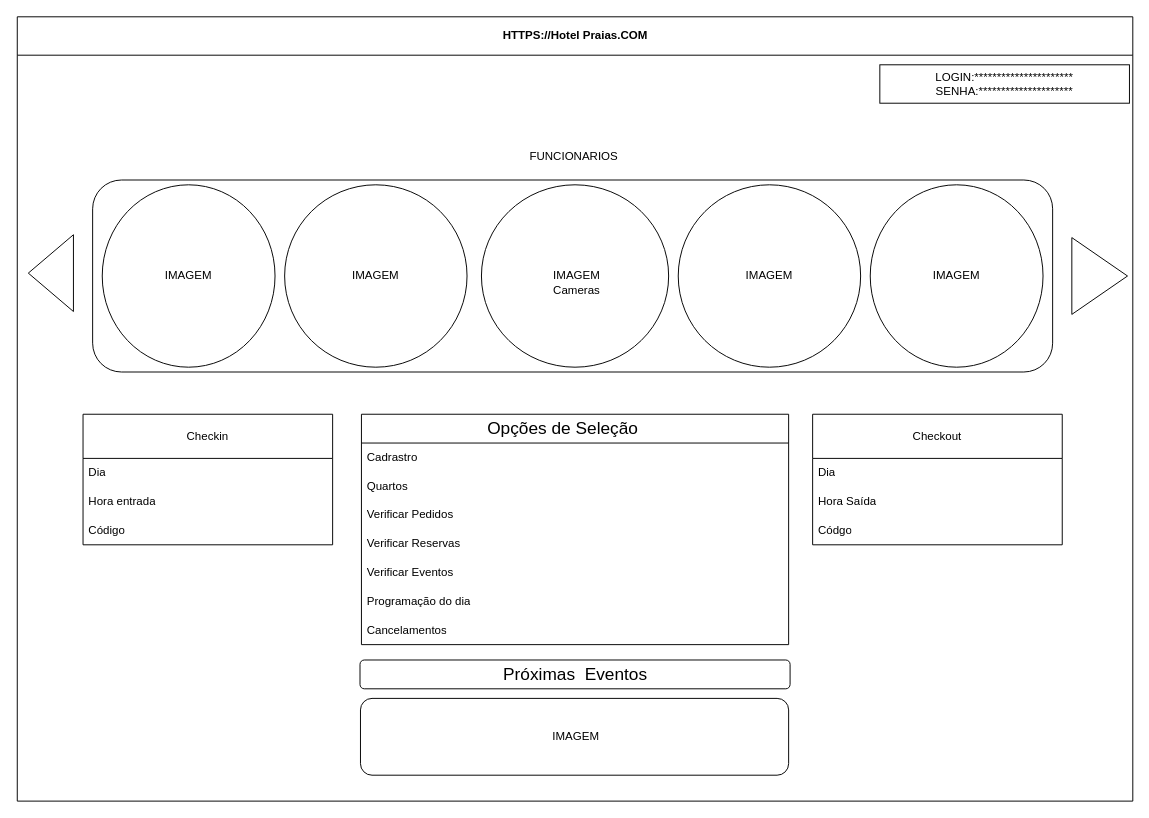
FabianoAM2025/TDS_DB keeps this draw.io diagram as page "ABA FUNCIONARIOS-Principal" (2 of 6) of Diagrama sem nome.drawio. Above is the earlier version. Source tidied: cells renumbered, new cells numbered last; positions are measured from the earlier drawing's top-left corner, leaving out a move shared by most shapes. Both pictures are drawn from the tidied source at 96%, with x=0, y=0 at pixel (17, 16).
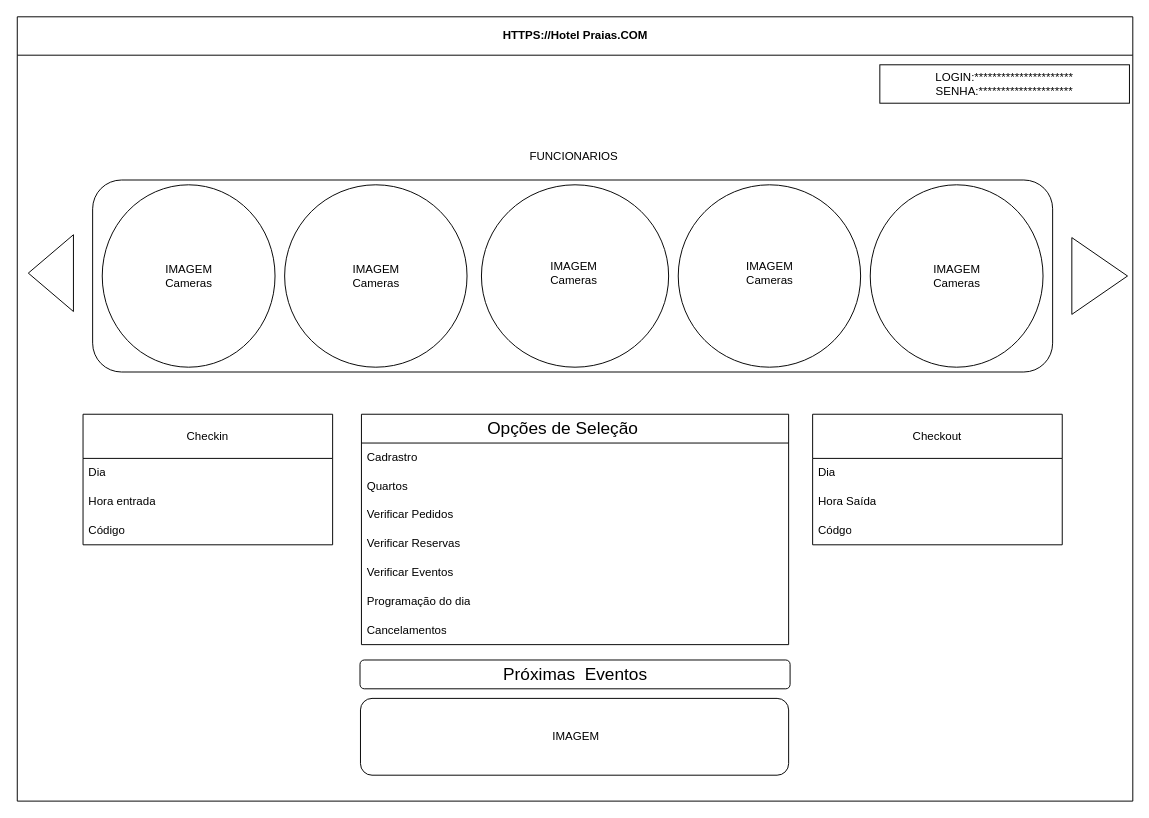
The same page after the edit.

Diff of the diagram source:
```diff
@@
-    <mxCell id="14" value="IMAGEM" style="text;html=1;align=center;verticalAlign=middle;whiteSpace=wrap;rounded=0;" parent="1" vertex="1">
-      <mxGeometry x="148" y="255" width="60" height="30" as="geometry" />
-    </mxCell>
-    <mxCell id="15" value="IMAGEM" style="text;html=1;align=center;verticalAlign=middle;whiteSpace=wrap;rounded=0;" parent="1" vertex="1">
-      <mxGeometry x="343" y="255" width="60" height="30" as="geometry" />
-    </mxCell>
     <mxCell id="16" value="&lt;div&gt;IMAGEM&lt;/div&gt;&lt;div&gt;Cameras&lt;/div&gt;" style="text;html=1;align=center;verticalAlign=middle;whiteSpace=wrap;rounded=0;" parent="1" vertex="1">
-      <mxGeometry x="512" y="211" width="141" height="132" as="geometry" />
+      <mxGeometry x="508.5" y="201" width="141" height="132" as="geometry" />
     </mxCell>
-    <mxCell id="17" value="IMAGEM" style="text;html=1;align=center;verticalAlign=middle;whiteSpace=wrap;rounded=0;" parent="1" vertex="1">
-      <mxGeometry x="753" y="255" width="60" height="30" as="geometry" />
-    </mxCell>
-    <mxCell id="18" value="IMAGEM" style="text;html=1;align=center;verticalAlign=middle;whiteSpace=wrap;rounded=0;" parent="1" vertex="1">
-      <mxGeometry x="948" y="255" width="60" height="30" as="geometry" />
-    </mxCell>
@@
+    <mxCell id="36" value="&lt;div&gt;IMAGEM&lt;/div&gt;&lt;div&gt;Cameras&lt;/div&gt;" style="text;html=1;align=center;verticalAlign=middle;whiteSpace=wrap;rounded=0;" parent="1" vertex="1">
+      <mxGeometry x="302.5" y="204" width="141" height="132" as="geometry" />
+    </mxCell>
+    <mxCell id="37" value="&lt;div&gt;IMAGEM&lt;/div&gt;&lt;div&gt;Cameras&lt;/div&gt;" style="text;html=1;align=center;verticalAlign=middle;whiteSpace=wrap;rounded=0;" parent="1" vertex="1">
+      <mxGeometry x="107.5" y="204" width="141" height="132" as="geometry" />
+    </mxCell>
+    <mxCell id="38" value="&lt;div&gt;IMAGEM&lt;/div&gt;&lt;div&gt;Cameras&lt;/div&gt;" style="text;html=1;align=center;verticalAlign=middle;whiteSpace=wrap;rounded=0;" parent="1" vertex="1">
+      <mxGeometry x="712.5" y="201" width="141" height="132" as="geometry" />
+    </mxCell>
+    <mxCell id="39" value="&lt;div&gt;IMAGEM&lt;/div&gt;&lt;div&gt;Cameras&lt;/div&gt;" style="text;html=1;align=center;verticalAlign=middle;whiteSpace=wrap;rounded=0;" parent="1" vertex="1">
+      <mxGeometry x="907.5" y="204" width="141" height="132" as="geometry" />
+    </mxCell>
```
